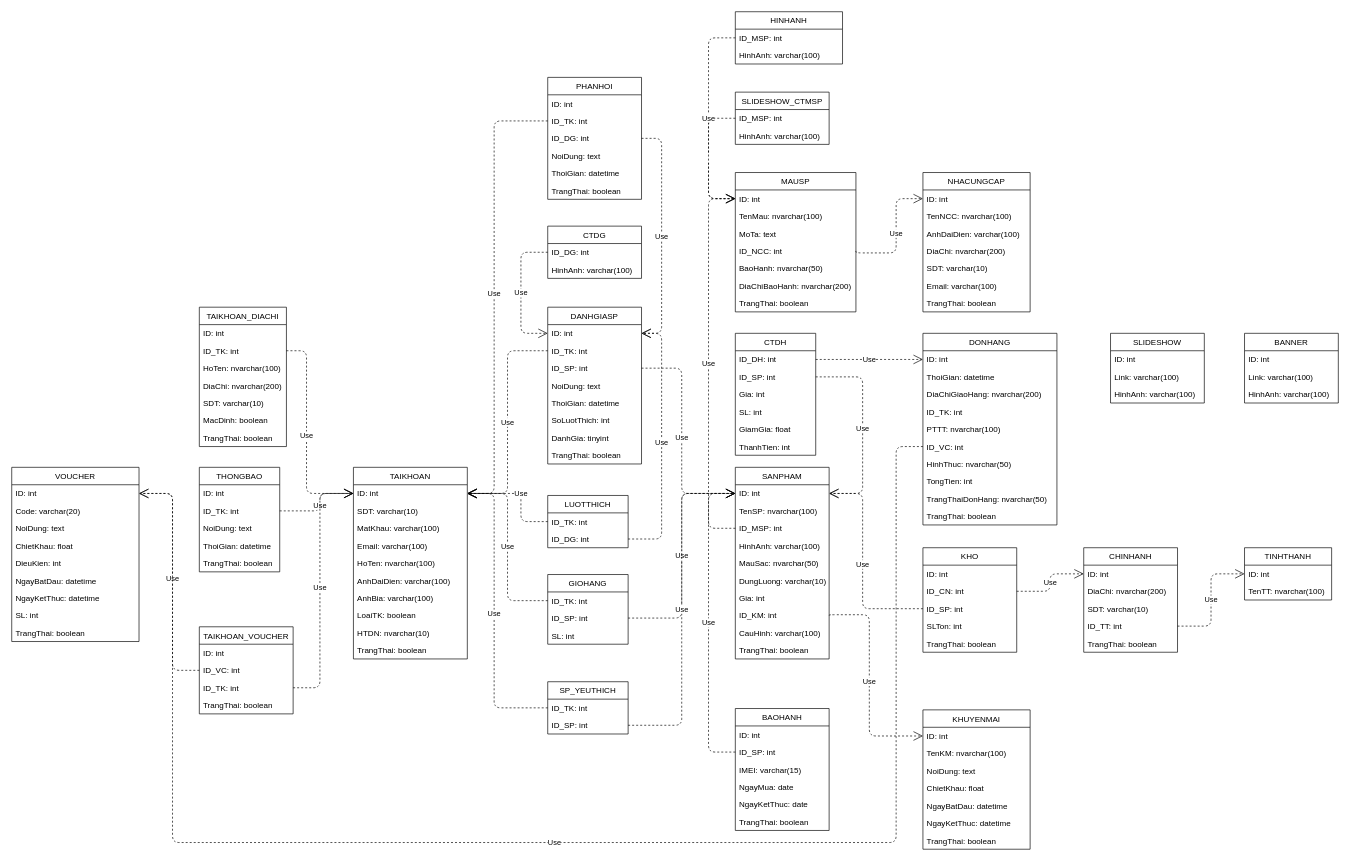
Earlier version of the draw.io diagram Mô hình/ClassDiagram_CSDL.drawio (LammVuu/DATT). Source tidied: cells renumbered, new cells numbered last; positions are measured from the earlier drawing's top-left corner, leaving out a move shared by most shapes. Both pictures are drawn from the tidied source at 67%, with x=0, y=0 at pixel (11, 11).
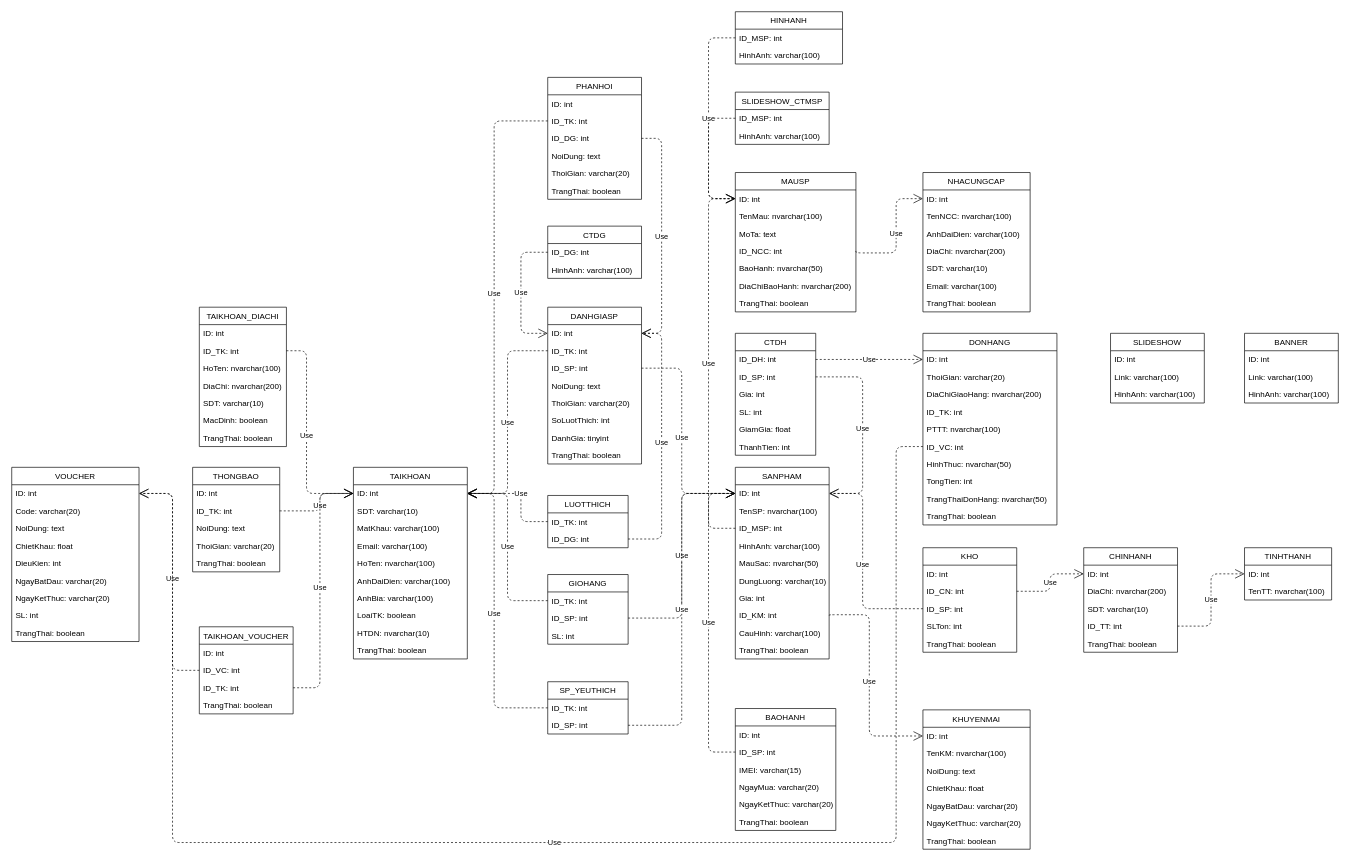
The same page after the edit.

The change refers to these unchanged cells:
```xml
<mxCell id="29" value="KHUYENMAI" style="swimlane;fontStyle=0;horizontal=1;startSize=26;fillColor=none;" parent="1" vertex="1">
  <mxGeometry x="1360" y="1042" width="160" height="208" as="geometry" />
</mxCell>
<mxCell id="37" value="DONHANG" style="swimlane;fontStyle=0;horizontal=1;startSize=26;fillColor=none;" parent="1" vertex="1">
  <mxGeometry x="1360" y="480" width="200" height="286" as="geometry" />
</mxCell>
<mxCell id="66" value="DANHGIASP" style="swimlane;fontStyle=0;horizontal=1;startSize=26;fillColor=none;" parent="1" vertex="1">
  <mxGeometry x="800" y="441" width="140" height="234" as="geometry" />
</mxCell>
<mxCell id="115" value="PHANHOI" style="swimlane;fontStyle=0;horizontal=1;startSize=26;fillColor=none;" parent="1" vertex="1">
  <mxGeometry x="800" y="98" width="140" height="182" as="geometry" />
</mxCell>
<mxCell id="122" value="VOUCHER" style="swimlane;fontStyle=0;horizontal=1;startSize=26;fillColor=none;" parent="1" vertex="1">
  <mxGeometry y="680" width="190" height="260" as="geometry" />
</mxCell>
```

Change to the diagram source:
```diff
@@
-    <mxCell id="34" value="NgayBatDau: datetime" style="text;strokeColor=none;fillColor=none;align=left;verticalAlign=top;spacingLeft=4;spacingRight=4;overflow=hidden;" parent="29" vertex="1">
+    <mxCell id="34" value="NgayBatDau: varchar(20)" style="text;strokeColor=none;fillColor=none;align=left;verticalAlign=top;spacingLeft=4;spacingRight=4;overflow=hidden;" parent="29" vertex="1">
       <mxGeometry y="130" width="160" height="26" as="geometry" />
     </mxCell>
-    <mxCell id="35" value="NgayKetThuc: datetime" style="text;strokeColor=none;fillColor=none;align=left;verticalAlign=top;spacingLeft=4;spacingRight=4;overflow=hidden;" parent="29" vertex="1">
+    <mxCell id="35" value="NgayKetThuc: varchar(20)" style="text;strokeColor=none;fillColor=none;align=left;verticalAlign=top;spacingLeft=4;spacingRight=4;overflow=hidden;" parent="29" vertex="1">
       <mxGeometry y="156" width="160" height="26" as="geometry" />
     </mxCell>
@@
-    <mxCell id="39" value="ThoiGian: datetime" style="text;strokeColor=none;fillColor=none;align=left;verticalAlign=top;spacingLeft=4;spacingRight=4;overflow=hidden;" parent="37" vertex="1">
+    <mxCell id="39" value="ThoiGian: varchar(20)" style="text;strokeColor=none;fillColor=none;align=left;verticalAlign=top;spacingLeft=4;spacingRight=4;overflow=hidden;" parent="37" vertex="1">
       <mxGeometry y="52" width="200" height="26" as="geometry" />
     </mxCell>
@@
-    <mxCell id="71" value="ThoiGian: datetime" style="text;strokeColor=none;fillColor=none;align=left;verticalAlign=top;spacingLeft=4;spacingRight=4;overflow=hidden;" parent="66" vertex="1">
+    <mxCell id="71" value="ThoiGian: varchar(20)" style="text;strokeColor=none;fillColor=none;align=left;verticalAlign=top;spacingLeft=4;spacingRight=4;overflow=hidden;" parent="66" vertex="1">
       <mxGeometry y="130" width="140" height="26" as="geometry" />
     </mxCell>
@@
     <mxCell id="84" value="BAOHANH" style="swimlane;fontStyle=0;horizontal=1;startSize=26;fillColor=none;" parent="1" vertex="1">
-      <mxGeometry x="1080" y="1040" width="140" height="182" as="geometry" />
+      <mxGeometry x="1080" y="1040" width="150" height="182" as="geometry" />
     </mxCell>
     <mxCell id="85" value="ID: int" style="text;strokeColor=none;fillColor=none;align=left;verticalAlign=top;spacingLeft=4;spacingRight=4;overflow=hidden;" parent="84" vertex="1">
-      <mxGeometry y="26" width="140" height="26" as="geometry" />
+      <mxGeometry y="26" width="150" height="26" as="geometry" />
     </mxCell>
     <mxCell id="86" value="ID_SP: int" style="text;strokeColor=none;fillColor=none;align=left;verticalAlign=top;spacingLeft=4;spacingRight=4;overflow=hidden;points=[[0,0.5],[1,0.5]];portConstraint=eastwest;" parent="84" vertex="1">
-      <mxGeometry y="52" width="140" height="26" as="geometry" />
+      <mxGeometry y="52" width="150" height="26" as="geometry" />
     </mxCell>
     <mxCell id="87" value="IMEI: varchar(15)" style="text;strokeColor=none;fillColor=none;align=left;verticalAlign=top;spacingLeft=4;spacingRight=4;overflow=hidden;" parent="84" vertex="1">
-      <mxGeometry y="78" width="140" height="26" as="geometry" />
+      <mxGeometry y="78" width="150" height="26" as="geometry" />
     </mxCell>
-    <mxCell id="88" value="NgayMua: date" style="text;strokeColor=none;fillColor=none;align=left;verticalAlign=top;spacingLeft=4;spacingRight=4;overflow=hidden;" parent="84" vertex="1">
-      <mxGeometry y="104" width="140" height="26" as="geometry" />
+    <mxCell id="88" value="NgayMua: varchar(20)" style="text;strokeColor=none;fillColor=none;align=left;verticalAlign=top;spacingLeft=4;spacingRight=4;overflow=hidden;" parent="84" vertex="1">
+      <mxGeometry y="104" width="150" height="26" as="geometry" />
     </mxCell>
-    <mxCell id="89" value="NgayKetThuc: date" style="text;strokeColor=none;fillColor=none;align=left;verticalAlign=top;spacingLeft=4;spacingRight=4;overflow=hidden;" parent="84" vertex="1">
-      <mxGeometry y="130" width="140" height="26" as="geometry" />
+    <mxCell id="89" value="NgayKetThuc: varchar(20)" style="text;strokeColor=none;fillColor=none;align=left;verticalAlign=top;spacingLeft=4;spacingRight=4;overflow=hidden;" parent="84" vertex="1">
+      <mxGeometry y="130" width="150" height="26" as="geometry" />
     </mxCell>
     <mxCell id="90" value="TrangThai: boolean" style="text;strokeColor=none;fillColor=none;align=left;verticalAlign=top;spacingLeft=4;spacingRight=4;overflow=hidden;" parent="84" vertex="1">
-      <mxGeometry y="156" width="140" height="26" as="geometry" />
+      <mxGeometry y="156" width="150" height="26" as="geometry" />
     </mxCell>
@@
-    <mxCell id="120" value="ThoiGian: datetime" style="text;strokeColor=none;fillColor=none;align=left;verticalAlign=top;spacingLeft=4;spacingRight=4;overflow=hidden;" parent="115" vertex="1">
+    <mxCell id="120" value="ThoiGian: varchar(20)" style="text;strokeColor=none;fillColor=none;align=left;verticalAlign=top;spacingLeft=4;spacingRight=4;overflow=hidden;" parent="115" vertex="1">
       <mxGeometry y="130" width="140" height="26" as="geometry" />
     </mxCell>
@@
-    <mxCell id="128" value="NgayBatDau: datetime" style="text;strokeColor=none;fillColor=none;align=left;verticalAlign=top;spacingLeft=4;spacingRight=4;overflow=hidden;" parent="122" vertex="1">
+    <mxCell id="128" value="NgayBatDau: varchar(20)" style="text;strokeColor=none;fillColor=none;align=left;verticalAlign=top;spacingLeft=4;spacingRight=4;overflow=hidden;" parent="122" vertex="1">
       <mxGeometry y="156" width="190" height="26" as="geometry" />
     </mxCell>
-    <mxCell id="129" value="NgayKetThuc: datetime" style="text;strokeColor=none;fillColor=none;align=left;verticalAlign=top;spacingLeft=4;spacingRight=4;overflow=hidden;" parent="122" vertex="1">
+    <mxCell id="129" value="NgayKetThuc: varchar(20)" style="text;strokeColor=none;fillColor=none;align=left;verticalAlign=top;spacingLeft=4;spacingRight=4;overflow=hidden;" parent="122" vertex="1">
       <mxGeometry y="182" width="190" height="26" as="geometry" />
     </mxCell>
@@
     <mxCell id="137" value="THONGBAO" style="swimlane;fontStyle=0;horizontal=1;startSize=26;fillColor=none;" parent="1" vertex="1">
-      <mxGeometry x="280" y="680" width="120" height="156" as="geometry" />
+      <mxGeometry x="270" y="680" width="130" height="156" as="geometry" />
     </mxCell>
     <mxCell id="138" value="ID: int" style="text;strokeColor=none;fillColor=none;align=left;verticalAlign=top;spacingLeft=4;spacingRight=4;overflow=hidden;" parent="137" vertex="1">
-      <mxGeometry y="26" width="120" height="26" as="geometry" />
+      <mxGeometry y="26" width="130" height="26" as="geometry" />
     </mxCell>
     <mxCell id="139" value="ID_TK: int" style="text;strokeColor=none;fillColor=none;align=left;verticalAlign=top;spacingLeft=4;spacingRight=4;overflow=hidden;points=[[0,0.5],[1,0.5]];portConstraint=eastwest;" parent="137" vertex="1">
-      <mxGeometry y="52" width="120" height="26" as="geometry" />
+      <mxGeometry y="52" width="130" height="26" as="geometry" />
     </mxCell>
     <mxCell id="140" value="NoiDung: text" style="text;strokeColor=none;fillColor=none;align=left;verticalAlign=top;spacingLeft=4;spacingRight=4;overflow=hidden;" parent="137" vertex="1">
-      <mxGeometry y="78" width="120" height="26" as="geometry" />
+      <mxGeometry y="78" width="130" height="26" as="geometry" />
     </mxCell>
-    <mxCell id="141" value="ThoiGian: datetime" style="text;strokeColor=none;fillColor=none;align=left;verticalAlign=top;spacingLeft=4;spacingRight=4;overflow=hidden;" parent="137" vertex="1">
-      <mxGeometry y="104" width="120" height="26" as="geometry" />
+    <mxCell id="141" value="ThoiGian: varchar(20)" style="text;strokeColor=none;fillColor=none;align=left;verticalAlign=top;spacingLeft=4;spacingRight=4;overflow=hidden;" parent="137" vertex="1">
+      <mxGeometry y="104" width="130" height="26" as="geometry" />
     </mxCell>
     <mxCell id="142" value="TrangThai: boolean" style="text;strokeColor=none;fillColor=none;align=left;verticalAlign=top;spacingLeft=4;spacingRight=4;overflow=hidden;" parent="137" vertex="1">
-      <mxGeometry y="130" width="120" height="26" as="geometry" />
+      <mxGeometry y="130" width="130" height="26" as="geometry" />
     </mxCell>
```
